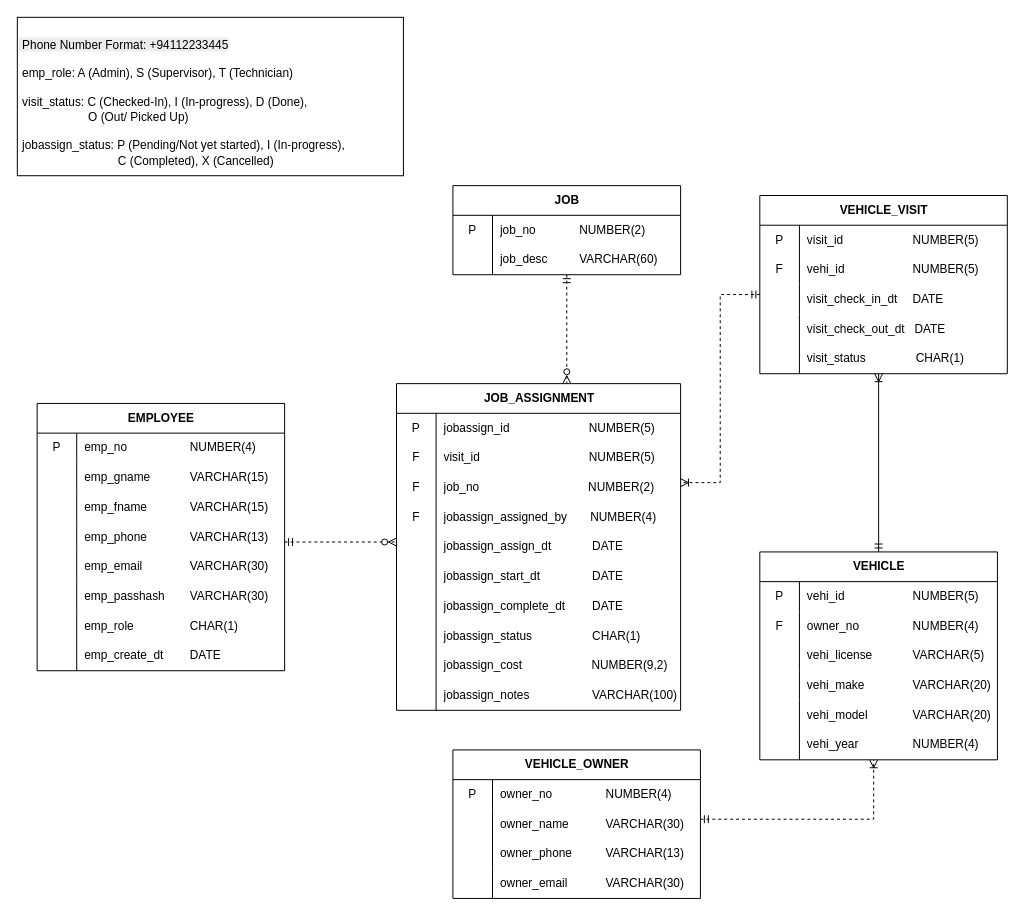
Earlier version of the draw.io diagram page "Logical" (1 of 2) of docs/erd/erd.drawio (PrimeAutocare/primeautocare). Source tidied: cells renumbered, new cells numbered last; positions are measured from the earlier drawing's top-left corner, leaving out a move shared by most shapes. Both pictures are drawn from the tidied source at 99%, with x=0, y=0 at pixel (17, 17).
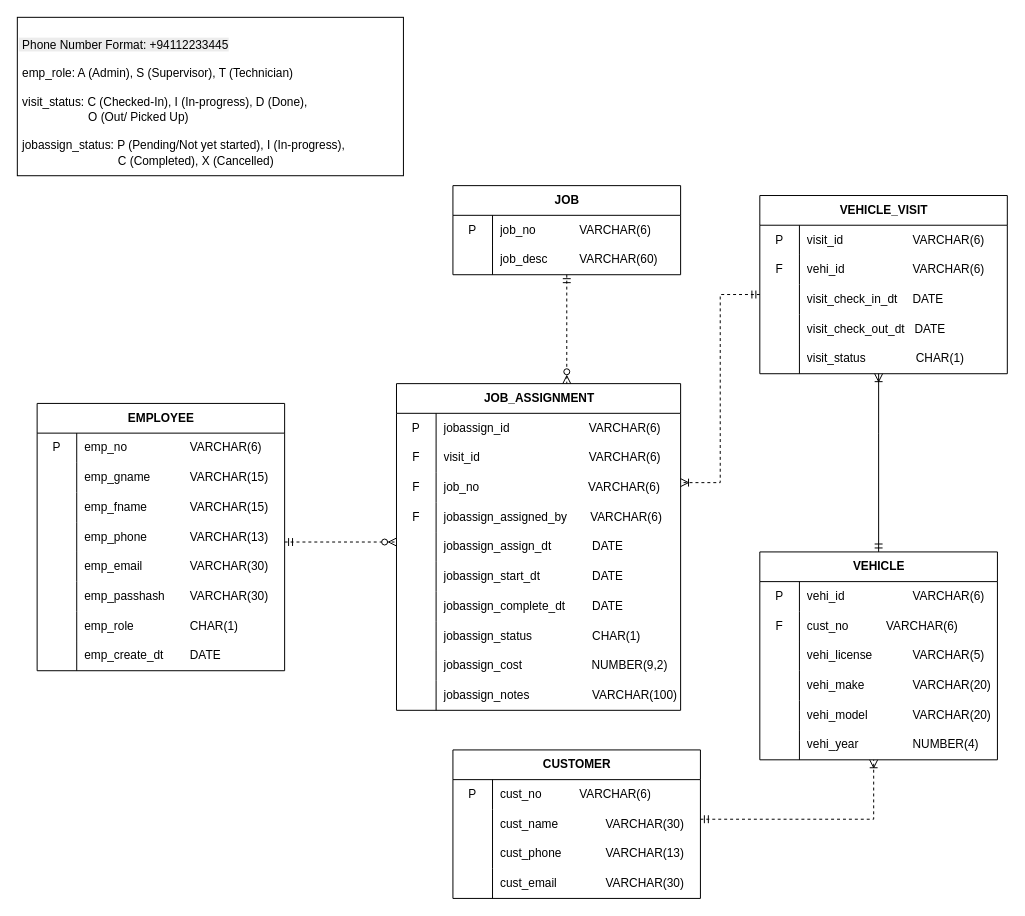
Above is the later version.

Unchanged cells that the change refers to:
```xml
<mxCell id="3" style="shape=tableRow;horizontal=0;startSize=0;swimlaneHead=0;swimlaneBody=0;fillColor=none;top=0;left=0;right=0;bottom=0;" parent="2" vertex="1">
  <mxGeometry y="30" width="250" height="30" as="geometry" />
</mxCell>
<mxCell id="28" style="shape=tableRow;horizontal=0;startSize=0;swimlaneHead=0;swimlaneBody=0;fillColor=none;top=0;left=0;right=0;bottom=0;" parent="27" vertex="1">
  <mxGeometry y="30" width="240" height="30" as="geometry" />
</mxCell>
<mxCell id="31" style="shape=tableRow;horizontal=0;startSize=0;swimlaneHead=0;swimlaneBody=0;fillColor=none;top=0;left=0;right=0;bottom=0;" parent="27" vertex="1">
  <mxGeometry y="60" width="240" height="30" as="geometry" />
</mxCell>
<mxCell id="47" style="shape=tableRow;horizontal=0;startSize=0;swimlaneHead=0;swimlaneBody=0;fillColor=none;top=0;left=0;right=0;bottom=0;" parent="46" vertex="1">
  <mxGeometry y="30" width="230" height="30" as="geometry" />
</mxCell>
<mxCell id="54" style="shape=tableRow;horizontal=0;startSize=0;swimlaneHead=0;swimlaneBody=0;fillColor=none;top=0;left=0;right=0;bottom=0;" parent="53" vertex="1">
  <mxGeometry y="30" width="287" height="30" as="geometry" />
</mxCell>
<mxCell id="57" style="shape=tableRow;horizontal=0;startSize=0;swimlaneHead=0;swimlaneBody=0;fillColor=none;top=0;left=0;right=0;bottom=0;" parent="53" vertex="1">
  <mxGeometry y="60" width="287" height="30" as="geometry" />
</mxCell>
<mxCell id="60" style="shape=tableRow;horizontal=0;startSize=0;swimlaneHead=0;swimlaneBody=0;fillColor=none;top=0;left=0;right=0;bottom=0;" parent="53" vertex="1">
  <mxGeometry y="90" width="287" height="30" as="geometry" />
</mxCell>
<mxCell id="63" style="shape=tableRow;horizontal=0;startSize=0;swimlaneHead=0;swimlaneBody=0;fillColor=none;top=0;left=0;right=0;bottom=0;" parent="53" vertex="1">
  <mxGeometry y="120" width="287" height="30" as="geometry" />
</mxCell>
<mxCell id="85" style="shape=tableRow;horizontal=0;startSize=0;swimlaneHead=0;swimlaneBody=0;fillColor=none;top=0;left=0;right=0;bottom=0;" parent="84" vertex="1">
  <mxGeometry y="30" width="250" height="30" as="geometry" />
</mxCell>
<mxCell id="88" style="shape=tableRow;horizontal=0;startSize=0;swimlaneHead=0;swimlaneBody=0;fillColor=none;top=0;left=0;right=0;bottom=0;" parent="84" vertex="1">
  <mxGeometry y="60" width="250" height="30" as="geometry" />
</mxCell>
<mxCell id="105" style="shape=tableRow;horizontal=0;startSize=0;swimlaneHead=0;swimlaneBody=0;fillColor=none;top=0;left=0;right=0;bottom=0;" parent="104" vertex="1">
  <mxGeometry y="30" width="250" height="30" as="geometry" />
</mxCell>
<mxCell id="108" style="shape=tableRow;horizontal=0;startSize=0;swimlaneHead=0;swimlaneBody=0;fillColor=none;top=0;left=0;right=0;bottom=0;" parent="104" vertex="1">
  <mxGeometry y="60" width="250" height="30" as="geometry" />
</mxCell>
<mxCell id="111" style="shape=tableRow;horizontal=0;startSize=0;swimlaneHead=0;swimlaneBody=0;fillColor=none;top=0;left=0;right=0;bottom=0;" parent="104" vertex="1">
  <mxGeometry y="90" width="250" height="30" as="geometry" />
</mxCell>
<mxCell id="114" style="shape=tableRow;horizontal=0;startSize=0;swimlaneHead=0;swimlaneBody=0;fillColor=none;top=0;left=0;right=0;bottom=0;" parent="104" vertex="1">
  <mxGeometry y="120" width="250" height="30" as="geometry" />
</mxCell>
```

Change to the diagram source:
```diff
@@
-    <mxCell id="5" value="emp_no&lt;span style=&quot;white-space: pre;&quot;&gt;&#9;&lt;/span&gt;&lt;span style=&quot;white-space: pre;&quot;&gt;&#9;&lt;/span&gt;&lt;span style=&quot;white-space: pre;&quot;&gt;&#9;&lt;/span&gt;NUMBER(4)" style="shape=partialRectangle;fillColor=none;top=0;left=0;bottom=0;right=0;align=left;spacingLeft=6;overflow=hidden;whiteSpace=wrap;html=1;" parent="3" vertex="1">
+    <mxCell id="5" value="emp_no&lt;span style=&quot;white-space: pre;&quot;&gt;&#9;&lt;/span&gt;&lt;span style=&quot;white-space: pre;&quot;&gt;&#9;&lt;/span&gt;&lt;span style=&quot;white-space: pre;&quot;&gt;&#9;&lt;/span&gt;VARCHAR(6)" style="shape=partialRectangle;fillColor=none;top=0;left=0;bottom=0;right=0;align=left;spacingLeft=6;overflow=hidden;whiteSpace=wrap;html=1;" parent="3" vertex="1">
       <mxGeometry x="40" width="210" height="30" as="geometry" />
     </mxCell>
@@
-    <mxCell id="30" value="vehi_id&lt;span style=&quot;white-space: pre;&quot;&gt;&#9;&lt;/span&gt;&lt;span style=&quot;white-space: pre;&quot;&gt;&#9;&lt;/span&gt;&lt;span style=&quot;white-space: pre;&quot;&gt;&#9;&lt;/span&gt;NUMBER(5)" style="shape=partialRectangle;fillColor=none;top=0;left=0;bottom=0;right=0;align=left;spacingLeft=6;overflow=hidden;whiteSpace=wrap;html=1;" parent="28" vertex="1">
+    <mxCell id="30" value="vehi_id&lt;span style=&quot;white-space: pre;&quot;&gt;&#9;&lt;/span&gt;&lt;span style=&quot;white-space: pre;&quot;&gt;&#9;&lt;/span&gt;&lt;span style=&quot;white-space: pre;&quot;&gt;&#9;&lt;/span&gt;VARCHAR(6)" style="shape=partialRectangle;fillColor=none;top=0;left=0;bottom=0;right=0;align=left;spacingLeft=6;overflow=hidden;whiteSpace=wrap;html=1;" parent="28" vertex="1">
       <mxGeometry x="40" width="200" height="30" as="geometry" />
     </mxCell>
@@
-    <mxCell id="33" value="owner_no&lt;span style=&quot;white-space: pre;&quot;&gt;&#9;&lt;/span&gt;&lt;span style=&quot;white-space: pre;&quot;&gt;&#9;&lt;/span&gt;NUMBER(4)" style="shape=partialRectangle;fillColor=none;top=0;left=0;bottom=0;right=0;align=left;spacingLeft=6;overflow=hidden;whiteSpace=wrap;html=1;" parent="31" vertex="1">
+    <mxCell id="33" value="cust_no&lt;span style=&quot;white-space: pre;&quot;&gt;&#9;&lt;/span&gt;&lt;span style=&quot;white-space: pre;&quot;&gt;&#9;&lt;/span&gt;VARCHAR(6)" style="shape=partialRectangle;fillColor=none;top=0;left=0;bottom=0;right=0;align=left;spacingLeft=6;overflow=hidden;whiteSpace=wrap;html=1;" parent="31" vertex="1">
       <mxGeometry x="40" width="200" height="30" as="geometry" />
     </mxCell>
@@
-    <mxCell id="49" value="job_no&lt;span style=&quot;white-space: pre;&quot;&gt;&#9;&lt;/span&gt;&lt;span style=&quot;white-space: pre;&quot;&gt;&#9;&lt;/span&gt;NUMBER(2)" style="shape=partialRectangle;fillColor=none;top=0;left=0;bottom=0;right=0;align=left;spacingLeft=6;overflow=hidden;whiteSpace=wrap;html=1;" parent="47" vertex="1">
+    <mxCell id="49" value="job_no&lt;span style=&quot;white-space: pre;&quot;&gt;&#9;&lt;/span&gt;&lt;span style=&quot;white-space: pre;&quot;&gt;&#9;&lt;/span&gt;VARCHAR(6)" style="shape=partialRectangle;fillColor=none;top=0;left=0;bottom=0;right=0;align=left;spacingLeft=6;overflow=hidden;whiteSpace=wrap;html=1;" parent="47" vertex="1">
       <mxGeometry x="40" width="190" height="30" as="geometry" />
     </mxCell>
@@
-    <mxCell id="56" value="jobassign_id&lt;span style=&quot;white-space: pre;&quot;&gt;&#9;&lt;/span&gt;&lt;span style=&quot;white-space: pre;&quot;&gt;&#9;&lt;/span&gt;&lt;span style=&quot;white-space: pre;&quot;&gt;&#9;&lt;/span&gt;&amp;nbsp; &amp;nbsp; NUMBER(5)" style="shape=partialRectangle;fillColor=none;top=0;left=0;bottom=0;right=0;align=left;spacingLeft=6;overflow=hidden;whiteSpace=wrap;html=1;" parent="54" vertex="1">
+    <mxCell id="56" value="jobassign_id&lt;span style=&quot;white-space: pre;&quot;&gt;&#9;&lt;/span&gt;&lt;span style=&quot;white-space: pre;&quot;&gt;&#9;&lt;/span&gt;&lt;span style=&quot;white-space: pre;&quot;&gt;&#9;&lt;/span&gt;&amp;nbsp; &amp;nbsp; VARCHAR(6)" style="shape=partialRectangle;fillColor=none;top=0;left=0;bottom=0;right=0;align=left;spacingLeft=6;overflow=hidden;whiteSpace=wrap;html=1;" parent="54" vertex="1">
       <mxGeometry x="40" width="247" height="30" as="geometry" />
     </mxCell>
@@
-    <mxCell id="59" value="visit_id&lt;span style=&quot;white-space: pre;&quot;&gt;&#9;&lt;/span&gt;&lt;span style=&quot;white-space: pre;&quot;&gt;&#9;&lt;/span&gt;&lt;span style=&quot;white-space: pre;&quot;&gt;&#9;&lt;/span&gt;&lt;span style=&quot;white-space: pre;&quot;&gt;&#9;&lt;/span&gt;&amp;nbsp; &amp;nbsp; NUMBER(5)" style="shape=partialRectangle;fillColor=none;top=0;left=0;bottom=0;right=0;align=left;spacingLeft=6;overflow=hidden;whiteSpace=wrap;html=1;" parent="57" vertex="1">
+    <mxCell id="59" value="visit_id&lt;span style=&quot;white-space: pre;&quot;&gt;&#9;&lt;/span&gt;&lt;span style=&quot;white-space: pre;&quot;&gt;&#9;&lt;/span&gt;&lt;span style=&quot;white-space: pre;&quot;&gt;&#9;&lt;/span&gt;&lt;span style=&quot;white-space: pre;&quot;&gt;&#9;&lt;/span&gt;&amp;nbsp; &amp;nbsp; VARCHAR(6)" style="shape=partialRectangle;fillColor=none;top=0;left=0;bottom=0;right=0;align=left;spacingLeft=6;overflow=hidden;whiteSpace=wrap;html=1;" parent="57" vertex="1">
       <mxGeometry x="40" width="247" height="30" as="geometry" />
     </mxCell>
@@
-    <mxCell id="62" value="job_no&amp;nbsp; &amp;nbsp; &amp;nbsp; &amp;nbsp; &amp;nbsp; &amp;nbsp; &amp;nbsp; &amp;nbsp; &amp;nbsp; &amp;nbsp; &amp;nbsp; &amp;nbsp; &amp;nbsp; &amp;nbsp; &amp;nbsp; &amp;nbsp; &amp;nbsp;NUMBER(2)" style="shape=partialRectangle;fillColor=none;top=0;left=0;bottom=0;right=0;align=left;spacingLeft=6;overflow=hidden;whiteSpace=wrap;html=1;" parent="60" vertex="1">
+    <mxCell id="62" value="job_no&amp;nbsp; &amp;nbsp; &amp;nbsp; &amp;nbsp; &amp;nbsp; &amp;nbsp; &amp;nbsp; &amp;nbsp; &amp;nbsp; &amp;nbsp; &amp;nbsp; &amp;nbsp; &amp;nbsp; &amp;nbsp; &amp;nbsp; &amp;nbsp; &amp;nbsp;VARCHAR(6)" style="shape=partialRectangle;fillColor=none;top=0;left=0;bottom=0;right=0;align=left;spacingLeft=6;overflow=hidden;whiteSpace=wrap;html=1;" parent="60" vertex="1">
       <mxGeometry x="40" width="247" height="30" as="geometry" />
     </mxCell>
@@
-    <mxCell id="65" value="jobassign_assigned_by&amp;nbsp; &amp;nbsp; &amp;nbsp; &amp;nbsp;NUMBER(4)" style="shape=partialRectangle;fillColor=none;top=0;left=0;bottom=0;right=0;align=left;spacingLeft=6;overflow=hidden;whiteSpace=wrap;html=1;" parent="63" vertex="1">
+    <mxCell id="65" value="jobassign_assigned_by&amp;nbsp; &amp;nbsp; &amp;nbsp; &amp;nbsp;VARCHAR(6)" style="shape=partialRectangle;fillColor=none;top=0;left=0;bottom=0;right=0;align=left;spacingLeft=6;overflow=hidden;whiteSpace=wrap;html=1;" parent="63" vertex="1">
       <mxGeometry x="40" width="247" height="30" as="geometry" />
     </mxCell>
@@
-    <mxCell id="87" value="visit_id &lt;span style=&quot;white-space: pre;&quot;&gt;&#9;&lt;/span&gt;&lt;span style=&quot;white-space: pre;&quot;&gt;&#9;&lt;/span&gt;&amp;nbsp; &amp;nbsp; &amp;nbsp; &amp;nbsp; NUMBER(5)" style="shape=partialRectangle;fillColor=none;top=0;left=0;bottom=0;right=0;align=left;spacingLeft=6;overflow=hidden;whiteSpace=wrap;html=1;" parent="85" vertex="1">
+    <mxCell id="87" value="visit_id &lt;span style=&quot;white-space: pre;&quot;&gt;&#9;&lt;/span&gt;&lt;span style=&quot;white-space: pre;&quot;&gt;&#9;&lt;/span&gt;&amp;nbsp; &amp;nbsp; &amp;nbsp; &amp;nbsp; VARCHAR(6)" style="shape=partialRectangle;fillColor=none;top=0;left=0;bottom=0;right=0;align=left;spacingLeft=6;overflow=hidden;whiteSpace=wrap;html=1;" parent="85" vertex="1">
       <mxGeometry x="40" width="210" height="30" as="geometry" />
     </mxCell>
@@
-    <mxCell id="90" value="vehi_id&lt;span style=&quot;white-space: pre;&quot;&gt;&#9;&lt;/span&gt;&lt;span style=&quot;white-space: pre;&quot;&gt;&#9;&lt;/span&gt;&amp;nbsp; &amp;nbsp; &amp;nbsp; &amp;nbsp; NUMBER(5)" style="shape=partialRectangle;fillColor=none;top=0;left=0;bottom=0;right=0;align=left;spacingLeft=6;overflow=hidden;whiteSpace=wrap;html=1;" parent="88" vertex="1">
+    <mxCell id="90" value="vehi_id&lt;span style=&quot;white-space: pre;&quot;&gt;&#9;&lt;/span&gt;&lt;span style=&quot;white-space: pre;&quot;&gt;&#9;&lt;/span&gt;&amp;nbsp; &amp;nbsp; &amp;nbsp; &amp;nbsp; VARCHAR(6)" style="shape=partialRectangle;fillColor=none;top=0;left=0;bottom=0;right=0;align=left;spacingLeft=6;overflow=hidden;whiteSpace=wrap;html=1;" parent="88" vertex="1">
       <mxGeometry x="40" width="210" height="30" as="geometry" />
     </mxCell>
@@
-    <mxCell id="104" value="VEHICLE_OWNER" style="shape=table;startSize=30;childLayout=tableLayout;rowLines=0;fontStyle=1;align=center;html=1;" parent="1" vertex="1">
+    <mxCell id="104" value="CUSTOMER" style="shape=table;startSize=30;childLayout=tableLayout;rowLines=0;fontStyle=1;align=center;html=1;" parent="1" vertex="1">
       <mxGeometry x="440" y="740" width="250" height="150" as="geometry" />
     </mxCell>
@@
-    <mxCell id="107" value="owner_no&lt;span style=&quot;white-space: pre;&quot;&gt;&#9;&lt;/span&gt;&lt;span style=&quot;white-space: pre;&quot;&gt;&#9;&lt;/span&gt;NUMBER(4)" style="shape=partialRectangle;fillColor=none;top=0;left=0;bottom=0;right=0;align=left;spacingLeft=6;overflow=hidden;whiteSpace=wrap;html=1;" parent="105" vertex="1">
+    <mxCell id="107" value="cust_no&lt;span style=&quot;white-space: pre;&quot;&gt;&#9;&lt;/span&gt;&lt;span style=&quot;white-space: pre;&quot;&gt;&#9;&lt;/span&gt;VARCHAR(6)" style="shape=partialRectangle;fillColor=none;top=0;left=0;bottom=0;right=0;align=left;spacingLeft=6;overflow=hidden;whiteSpace=wrap;html=1;" parent="105" vertex="1">
       <mxGeometry x="40" width="210" height="30" as="geometry" />
     </mxCell>
@@
-    <mxCell id="110" value="owner_name&lt;span style=&quot;white-space: pre;&quot;&gt;&#9;&lt;/span&gt;&lt;span style=&quot;white-space: pre;&quot;&gt;&#9;&lt;/span&gt;VARCHAR(30)" style="shape=partialRectangle;fillColor=none;top=0;left=0;bottom=0;right=0;align=left;spacingLeft=6;overflow=hidden;whiteSpace=wrap;html=1;" parent="108" vertex="1">
+    <mxCell id="110" value="cust_name&lt;span style=&quot;white-space: pre;&quot;&gt;&#9;&lt;/span&gt;&lt;span style=&quot;white-space: pre;&quot;&gt;&#9;&lt;/span&gt;VARCHAR(30)" style="shape=partialRectangle;fillColor=none;top=0;left=0;bottom=0;right=0;align=left;spacingLeft=6;overflow=hidden;whiteSpace=wrap;html=1;" parent="108" vertex="1">
       <mxGeometry x="40" width="210" height="30" as="geometry" />
     </mxCell>
@@
-    <mxCell id="113" value="owner_phone&lt;span style=&quot;white-space: pre;&quot;&gt;&#9;&lt;/span&gt;&lt;span style=&quot;white-space: pre;&quot;&gt;&#9;&lt;/span&gt;VARCHAR(13)" style="shape=partialRectangle;fillColor=none;top=0;left=0;bottom=0;right=0;align=left;spacingLeft=6;overflow=hidden;whiteSpace=wrap;html=1;" parent="111" vertex="1">
+    <mxCell id="113" value="cust_phone&lt;span style=&quot;white-space: pre;&quot;&gt;&#9;&lt;/span&gt;&lt;span style=&quot;white-space: pre;&quot;&gt;&#9;&lt;/span&gt;VARCHAR(13)" style="shape=partialRectangle;fillColor=none;top=0;left=0;bottom=0;right=0;align=left;spacingLeft=6;overflow=hidden;whiteSpace=wrap;html=1;" parent="111" vertex="1">
       <mxGeometry x="40" width="210" height="30" as="geometry" />
     </mxCell>
@@
-    <mxCell id="116" value="owner_email&lt;span style=&quot;white-space: pre;&quot;&gt;&#9;&lt;/span&gt;&lt;span style=&quot;white-space: pre;&quot;&gt;&#9;&lt;/span&gt;VARCHAR(30)" style="shape=partialRectangle;fillColor=none;top=0;left=0;bottom=0;right=0;align=left;spacingLeft=6;overflow=hidden;whiteSpace=wrap;html=1;" parent="114" vertex="1">
+    <mxCell id="116" value="cust_email&lt;span style=&quot;white-space: pre;&quot;&gt;&#9;&lt;/span&gt;&lt;span style=&quot;white-space: pre;&quot;&gt;&#9;&lt;/span&gt;VARCHAR(30)" style="shape=partialRectangle;fillColor=none;top=0;left=0;bottom=0;right=0;align=left;spacingLeft=6;overflow=hidden;whiteSpace=wrap;html=1;" parent="114" vertex="1">
       <mxGeometry x="40" width="210" height="30" as="geometry" />
     </mxCell>
```
